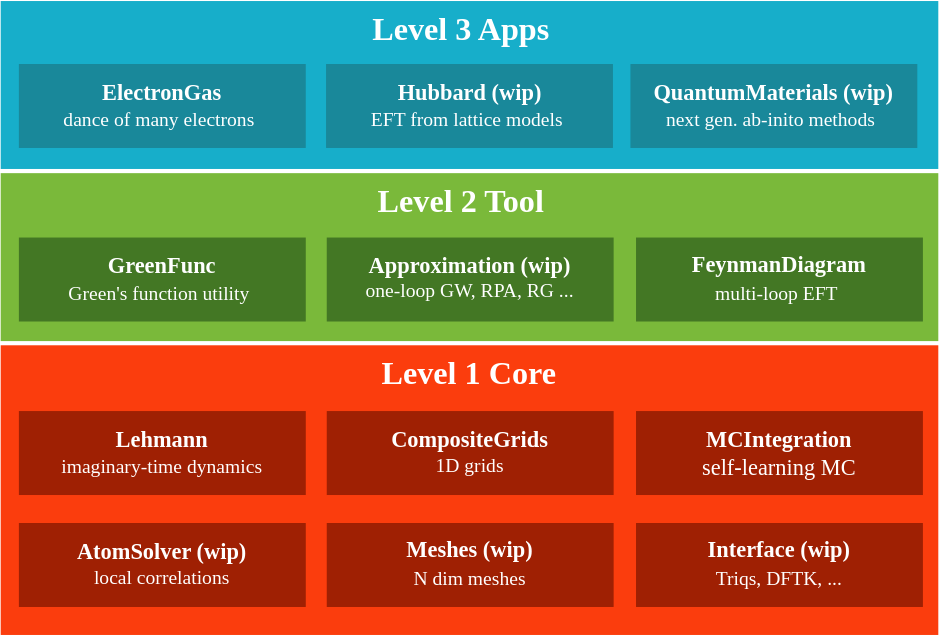
This is docs/src/assets/numericalEFT.svg from numericalEFT/NumericalEFT.jl, a draw.io export, as it was before one commit. Source tidied: cells renumbered, new cells last; positions are measured from the earlier drawing's top-left corner, leaving out a move shared by most shapes.
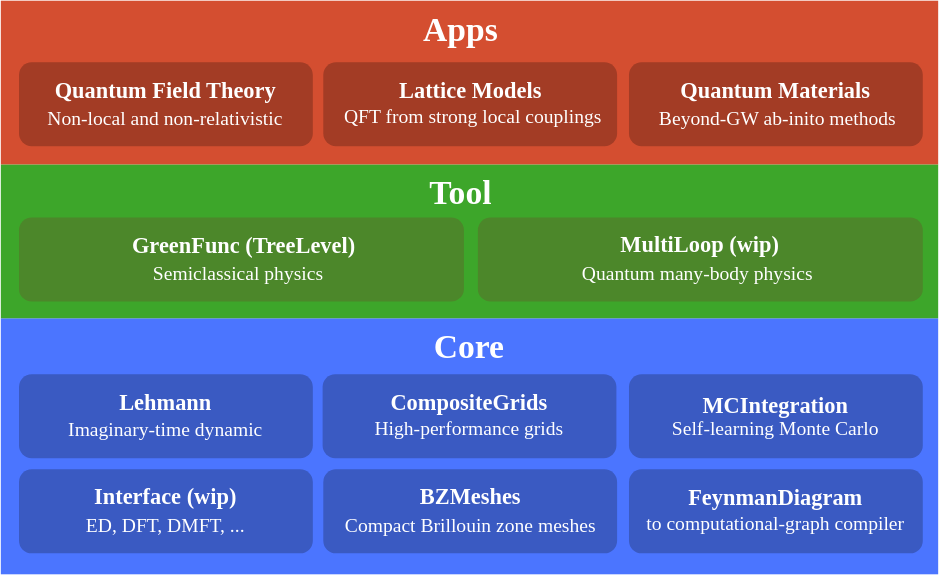
After the commit.

The edit, as a diff of the source:
```diff
@@ -2,50 +2,47 @@
   <root>
     <mxCell id="0" />
     <mxCell id="1" parent="0" />
-    <mxCell id="2" value="&lt;b&gt;&lt;font style=&quot;font-size: 23px&quot; color=&quot;#ffffff&quot;&gt;Level 1 Core&lt;/font&gt;&lt;/b&gt;" style="rounded=0;whiteSpace=wrap;html=1;verticalAlign=top;fontColor=#7EA6E0;fillColor=#FB3D0D;strokeColor=none;fontFamily=Garamond;" parent="1" vertex="1">
-      <mxGeometry y="246" width="670" height="207" as="geometry" />
+    <mxCell id="2" value="&lt;b&gt;&lt;font style=&quot;font-size: 24px&quot; color=&quot;#ffffff&quot; face=&quot;Times New Roman&quot;&gt;Core&lt;/font&gt;&lt;/b&gt;" style="rounded=0;whiteSpace=wrap;html=1;verticalAlign=top;fontColor=#7EA6E0;fillColor=#4B75FF;strokeColor=none;fontFamily=Garamond;shadow=0;" parent="1" vertex="1">
+      <mxGeometry y="253" width="670" height="183" as="geometry" />
     </mxCell>
-    <mxCell id="3" value="&lt;font style=&quot;font-size: 16px&quot;&gt;&lt;b&gt;MCIntegration&lt;/b&gt;&lt;br&gt;self-learning MC&lt;br&gt;&lt;/font&gt;" style="rounded=0;whiteSpace=wrap;html=1;fillColor=#9F2003;strokeColor=none;fontColor=#FFFFFF;fontFamily=Garamond;" parent="1" vertex="1">
-      <mxGeometry x="454" y="293" width="205" height="60" as="geometry" />
+    <mxCell id="3" value="&lt;font&gt;&lt;font face=&quot;Times New Roman&quot;&gt;&lt;b style=&quot;font-size: 16px&quot;&gt;MCIntegration&lt;/b&gt;&lt;br&gt;&lt;font style=&quot;font-size: 14px&quot;&gt;Self-learning Monte Carlo&lt;/font&gt;&lt;/font&gt;&lt;br&gt;&lt;/font&gt;" style="rounded=1;whiteSpace=wrap;html=1;fillColor=#3A5AC2;strokeColor=none;fontColor=#FFFFFF;fontFamily=Garamond;" parent="1" vertex="1">
+      <mxGeometry x="449" y="293" width="210" height="60" as="geometry" />
     </mxCell>
-    <mxCell id="4" value="&lt;p style=&quot;line-height: 150%&quot;&gt;&lt;b&gt;&lt;font style=&quot;font-size: 16px&quot;&gt;Lehmann&lt;br&gt;&lt;/font&gt;&lt;/b&gt;&lt;span style=&quot;font-size: 14px&quot;&gt;imaginary-time dynamics&lt;/span&gt;&lt;b&gt;&lt;font style=&quot;font-size: 16px&quot;&gt;&lt;br&gt;&lt;/font&gt;&lt;/b&gt;&lt;/p&gt;" style="rounded=0;whiteSpace=wrap;html=1;fillColor=#9F2003;strokeColor=none;fontColor=#FFFFFF;fontFamily=Garamond;" parent="1" vertex="1">
-      <mxGeometry x="13" y="293" width="205" height="60" as="geometry" />
+    <mxCell id="4" value="&lt;p style=&quot;line-height: 150%&quot;&gt;&lt;font face=&quot;Times New Roman&quot;&gt;&lt;b&gt;&lt;font style=&quot;font-size: 16px&quot;&gt;Lehmann&lt;br&gt;&lt;/font&gt;&lt;/b&gt;&lt;span style=&quot;font-size: 14px&quot;&gt;Imaginary-time dynamic&lt;/span&gt;&lt;/font&gt;&lt;b&gt;&lt;font style=&quot;font-size: 16px&quot;&gt;&lt;br&gt;&lt;/font&gt;&lt;/b&gt;&lt;/p&gt;" style="rounded=1;whiteSpace=wrap;html=1;fillColor=#3A5AC2;strokeColor=none;fontColor=#FFFFFF;fontFamily=Garamond;" parent="1" vertex="1">
+      <mxGeometry x="13" y="293" width="210" height="60" as="geometry" />
     </mxCell>
-    <mxCell id="5" value="&lt;font style=&quot;line-height: 150%&quot;&gt;&lt;b style=&quot;font-size: 16px&quot;&gt;CompositeGrids&lt;/b&gt;&lt;br&gt;&lt;font style=&quot;font-size: 14px&quot;&gt;1D grids&lt;/font&gt;&lt;br&gt;&lt;/font&gt;" style="rounded=0;whiteSpace=wrap;html=1;fillColor=#9F2003;strokeColor=none;fontColor=#FFFFFF;fontFamily=Garamond;" parent="1" vertex="1">
-      <mxGeometry x="233" y="293" width="205" height="60" as="geometry" />
+    <mxCell id="5" value="&lt;font style=&quot;line-height: 150%&quot;&gt;&lt;font face=&quot;Times New Roman&quot;&gt;&lt;b style=&quot;font-size: 16px&quot;&gt;CompositeGrids&lt;/b&gt;&lt;br&gt;&lt;font style=&quot;font-size: 14px&quot;&gt;High-performance grids&lt;/font&gt;&lt;/font&gt;&lt;br&gt;&lt;/font&gt;" style="rounded=1;whiteSpace=wrap;html=1;fillColor=#3A5AC2;strokeColor=none;fontColor=#FFFFFF;fontFamily=Garamond;" parent="1" vertex="1">
+      <mxGeometry x="230" y="293" width="210" height="60" as="geometry" />
     </mxCell>
-    <mxCell id="6" value="&lt;font style=&quot;line-height: 150%&quot;&gt;&lt;b style=&quot;font-size: 16px&quot;&gt;AtomSolver (wip)&lt;/b&gt;&lt;br&gt;&lt;font style=&quot;font-size: 14px&quot;&gt;local correlations&lt;/font&gt;&lt;br&gt;&lt;/font&gt;" style="rounded=0;whiteSpace=wrap;html=1;fillColor=#9F2003;strokeColor=none;fontColor=#FFFFFF;fontFamily=Garamond;" parent="1" vertex="1">
-      <mxGeometry x="13" y="373" width="205" height="60" as="geometry" />
+    <mxCell id="6" value="&lt;font style=&quot;line-height: 150%&quot;&gt;&lt;font face=&quot;Times New Roman&quot;&gt;&lt;b style=&quot;font-size: 16px&quot;&gt;FeynmanDiagram&lt;/b&gt;&lt;br&gt;&lt;span style=&quot;font-size: 14px&quot;&gt;to computational-graph compiler&lt;/span&gt;&lt;/font&gt;&lt;br&gt;&lt;/font&gt;" style="rounded=1;whiteSpace=wrap;html=1;fillColor=#3A5AC2;strokeColor=none;fontColor=#FFFFFF;fontFamily=Garamond;" parent="1" vertex="1">
+      <mxGeometry x="449" y="361" width="210" height="60" as="geometry" />
     </mxCell>
-    <mxCell id="7" value="&lt;p style=&quot;line-height: 160%&quot;&gt;&lt;b style=&quot;font-size: 16px&quot;&gt;Meshes (wip)&lt;/b&gt;&lt;br&gt;&lt;font style=&quot;font-size: 14px&quot;&gt;N dim meshes&lt;/font&gt;&lt;/p&gt;" style="rounded=0;whiteSpace=wrap;html=1;fillColor=#9F2003;strokeColor=none;fontColor=#FFFFFF;fontFamily=Garamond;" parent="1" vertex="1">
-      <mxGeometry x="233" y="373" width="205" height="60" as="geometry" />
+    <mxCell id="7" value="&lt;p style=&quot;line-height: 160%&quot;&gt;&lt;font face=&quot;Times New Roman&quot;&gt;&lt;b style=&quot;font-size: 16px&quot;&gt;BZMeshes&lt;/b&gt;&lt;br&gt;&lt;span style=&quot;font-size: 14px&quot;&gt;Compact Brillouin zone meshes&lt;/span&gt;&lt;/font&gt;&lt;/p&gt;" style="rounded=1;whiteSpace=wrap;html=1;fillColor=#3A5AC2;strokeColor=none;fontColor=#FFFFFF;fontFamily=Garamond;" parent="1" vertex="1">
+      <mxGeometry x="230.5" y="361" width="210" height="60" as="geometry" />
     </mxCell>
-    <mxCell id="8" value="&lt;b&gt;&lt;font style=&quot;font-size: 23px&quot; color=&quot;#ffffff&quot;&gt;Level 2 Tool&amp;nbsp;&amp;nbsp;&lt;/font&gt;&lt;/b&gt;" style="rounded=0;whiteSpace=wrap;html=1;verticalAlign=top;fontColor=#7EA6E0;fillColor=#7AB93A;strokeColor=none;fontFamily=Garamond;" parent="1" vertex="1">
-      <mxGeometry y="123" width="670" height="120" as="geometry" />
+    <mxCell id="8" value="&lt;font style=&quot;font-size: 24px&quot; color=&quot;#ffffff&quot; face=&quot;Times New Roman&quot;&gt;&lt;b&gt;Tool&amp;nbsp;&amp;nbsp;&lt;/b&gt;&lt;/font&gt;" style="rounded=0;whiteSpace=wrap;html=1;verticalAlign=top;fontColor=#7EA6E0;fillColor=#3DA62A;strokeColor=none;fontFamily=Garamond;shadow=0;glass=0;" parent="1" vertex="1">
+      <mxGeometry y="143" width="670" height="110" as="geometry" />
     </mxCell>
-    <mxCell id="9" value="&lt;font style=&quot;line-height: 150%&quot;&gt;&lt;b style=&quot;font-size: 16px&quot;&gt;GreenFunc&lt;/b&gt;&lt;br&gt;&lt;span style=&quot;font-size: 14px&quot;&gt;Green's function utility&lt;/span&gt;&lt;b style=&quot;font-size: 16px&quot;&gt;&amp;nbsp;&lt;/b&gt;&lt;br&gt;&lt;/font&gt;" style="rounded=0;whiteSpace=wrap;html=1;fillColor=#437724;strokeColor=none;fontColor=#FFFFFF;fontFamily=Garamond;" parent="1" vertex="1">
-      <mxGeometry x="13" y="169" width="205" height="60" as="geometry" />
+    <mxCell id="9" value="&lt;font style=&quot;line-height: 150%&quot;&gt;&lt;font face=&quot;Times New Roman&quot;&gt;&lt;span style=&quot;font-size: 16px&quot;&gt;&lt;b&gt;&amp;nbsp;&lt;/b&gt;&lt;/span&gt;&lt;b style=&quot;font-size: 16px&quot;&gt;GreenFunc (TreeLevel)&lt;/b&gt;&lt;br&gt;&lt;span style=&quot;font-size: 14px&quot;&gt;Semiclassical physics&lt;/span&gt;&lt;b style=&quot;font-size: 16px&quot;&gt;&amp;nbsp;&lt;/b&gt;&lt;/font&gt;&lt;br&gt;&lt;/font&gt;" style="rounded=1;whiteSpace=wrap;html=1;fillColor=#4C872A;strokeColor=none;fontColor=#FFFFFF;fontFamily=Garamond;" parent="1" vertex="1">
+      <mxGeometry x="13" y="181" width="318" height="60" as="geometry" />
     </mxCell>
-    <mxCell id="10" value="&lt;font style=&quot;line-height: 140%&quot;&gt;&lt;span style=&quot;font-size: 16px&quot;&gt;&lt;b&gt;Approximation (wip)&lt;/b&gt;&lt;/span&gt;&lt;br&gt;&lt;font style=&quot;font-size: 14px&quot;&gt;one-loop GW, RPA, RG ...&lt;/font&gt;&lt;br&gt;&lt;/font&gt;" style="rounded=0;whiteSpace=wrap;html=1;fillColor=#437724;strokeColor=none;fontColor=#FFFFFF;fontFamily=Garamond;" parent="1" vertex="1">
-      <mxGeometry x="233" y="169" width="205" height="60" as="geometry" />
-    </mxCell>
-    <mxCell id="11" value="&lt;span style=&quot;font-size: 16px&quot;&gt;&lt;b&gt;FeynmanDiagram&lt;br&gt;&lt;/b&gt;&lt;/span&gt;&lt;span style=&quot;font-size: 14px ; line-height: 150%&quot;&gt;multi-loop EFT&amp;nbsp;&lt;/span&gt;" style="rounded=0;whiteSpace=wrap;html=1;fillColor=#437724;strokeColor=none;fontColor=#FFFFFF;fontFamily=Garamond;" parent="1" vertex="1">
-      <mxGeometry x="454" y="169" width="205" height="60" as="geometry" />
+    <mxCell id="11" value="&lt;font face=&quot;Times New Roman&quot;&gt;&lt;span style=&quot;font-size: 16px&quot;&gt;&lt;b&gt;MultiLoop (wip)&lt;br&gt;&lt;/b&gt;&lt;/span&gt;&lt;span style=&quot;font-size: 14px ; line-height: 150%&quot;&gt;Quantum many-body physics&amp;nbsp;&lt;/span&gt;&lt;/font&gt;" style="rounded=1;whiteSpace=wrap;html=1;fillColor=#4C872A;strokeColor=none;fontColor=#FFFFFF;fontFamily=Garamond;glass=0;" parent="1" vertex="1">
+      <mxGeometry x="341" y="181" width="318" height="60" as="geometry" />
     </mxCell>
-    <mxCell id="12" value="&lt;b&gt;&lt;font style=&quot;font-size: 23px&quot; color=&quot;#ffffff&quot;&gt;Level 3 Apps&amp;nbsp;&amp;nbsp;&lt;/font&gt;&lt;/b&gt;" style="rounded=0;whiteSpace=wrap;html=1;verticalAlign=top;fontColor=#7EA6E0;fillColor=#17AECA;strokeColor=none;fontFamily=Garamond;" parent="1" vertex="1">
-      <mxGeometry width="670" height="120" as="geometry" />
+    <mxCell id="12" value="&lt;b&gt;&lt;font style=&quot;font-size: 24px&quot; color=&quot;#ffffff&quot; face=&quot;Times New Roman&quot;&gt;Apps&amp;nbsp;&amp;nbsp;&lt;/font&gt;&lt;/b&gt;" style="rounded=0;whiteSpace=wrap;html=1;verticalAlign=top;fontColor=#7EA6E0;fillColor=#D44E30;strokeColor=none;fontFamily=Garamond;shadow=0;" parent="1" vertex="1">
+      <mxGeometry y="26" width="670" height="117" as="geometry" />
     </mxCell>
-    <mxCell id="13" value="&lt;font style=&quot;line-height: 150%&quot;&gt;&lt;span style=&quot;font-size: 16px&quot;&gt;&lt;b&gt;ElectronGas&lt;/b&gt;&lt;/span&gt;&lt;br&gt;&lt;span style=&quot;font-size: 14px&quot;&gt;dance of many electrons&lt;/span&gt;&lt;b style=&quot;font-size: 16px&quot;&gt;&amp;nbsp;&lt;/b&gt;&lt;br&gt;&lt;/font&gt;" style="rounded=0;whiteSpace=wrap;html=1;fillColor=#19889A;strokeColor=none;fontColor=#FFFFFF;fontFamily=Garamond;" parent="1" vertex="1">
-      <mxGeometry x="13" y="45" width="205" height="60" as="geometry" />
+    <mxCell id="13" value="&lt;font style=&quot;line-height: 150%&quot;&gt;&lt;font face=&quot;Times New Roman&quot;&gt;&lt;span style=&quot;font-size: 16px&quot;&gt;&lt;b&gt;Quantum Field Theory&lt;/b&gt;&lt;/span&gt;&lt;br&gt;&lt;span style=&quot;font-size: 14px&quot;&gt;&amp;nbsp; Non-local and non-relativistic&amp;nbsp;&lt;/span&gt;&lt;b style=&quot;font-size: 16px&quot;&gt;&amp;nbsp;&lt;/b&gt;&lt;/font&gt;&lt;br&gt;&lt;/font&gt;" style="rounded=1;whiteSpace=wrap;html=1;fillColor=#A33C25;strokeColor=none;fontColor=#FFFFFF;fontFamily=Garamond;" parent="1" vertex="1">
+      <mxGeometry x="13" y="70" width="210" height="60" as="geometry" />
     </mxCell>
-    <mxCell id="14" value="&lt;font style=&quot;line-height: 150%&quot;&gt;&lt;span style=&quot;font-size: 16px&quot;&gt;&lt;b&gt;Hubbard (wip)&lt;/b&gt;&lt;/span&gt;&lt;br&gt;&lt;span style=&quot;font-size: 14px&quot;&gt;EFT from lattice models&lt;/span&gt;&lt;b style=&quot;font-size: 16px&quot;&gt;&amp;nbsp;&lt;/b&gt;&lt;br&gt;&lt;/font&gt;" style="rounded=0;whiteSpace=wrap;html=1;fillColor=#19889A;strokeColor=none;fontColor=#FFFFFF;fontFamily=Garamond;" parent="1" vertex="1">
-      <mxGeometry x="232.5" y="45" width="205" height="60" as="geometry" />
+    <mxCell id="14" value="&lt;font style=&quot;line-height: 150%&quot;&gt;&lt;font face=&quot;Times New Roman&quot;&gt;&lt;span style=&quot;font-size: 16px&quot;&gt;&lt;b&gt;Lattice Models&lt;br&gt;&lt;/b&gt;&lt;/span&gt;&lt;span style=&quot;font-size: 14px&quot;&gt;&amp;nbsp;QFT from strong local couplings&lt;/span&gt;&lt;/font&gt;&lt;br&gt;&lt;/font&gt;" style="rounded=1;whiteSpace=wrap;html=1;fillColor=#A33C25;strokeColor=none;fontColor=#FFFFFF;fontFamily=Garamond;" parent="1" vertex="1">
+      <mxGeometry x="230.5" y="70" width="210" height="60" as="geometry" />
     </mxCell>
-    <mxCell id="15" value="&lt;font style=&quot;line-height: 150%&quot;&gt;&lt;b style=&quot;font-size: 16px&quot;&gt;QuantumMaterials (wip)&lt;/b&gt;&lt;br&gt;&lt;span style=&quot;font-size: 14px&quot;&gt;next gen. ab-inito methods&lt;/span&gt;&lt;b style=&quot;font-size: 16px&quot;&gt;&amp;nbsp;&lt;/b&gt;&lt;br&gt;&lt;/font&gt;" style="rounded=0;whiteSpace=wrap;html=1;fillColor=#19889A;strokeColor=none;fontColor=#FFFFFF;fontFamily=Garamond;" parent="1" vertex="1">
-      <mxGeometry x="450" y="45" width="205" height="60" as="geometry" />
+    <mxCell id="15" value="&lt;font style=&quot;line-height: 150%&quot;&gt;&lt;font face=&quot;Times New Roman&quot;&gt;&lt;b style=&quot;font-size: 16px&quot;&gt;Quantum Materials&lt;/b&gt;&lt;br&gt;&lt;span style=&quot;font-size: 14px&quot;&gt;&amp;nbsp; Beyond-GW ab-inito methods&lt;/span&gt;&lt;b style=&quot;font-size: 16px&quot;&gt;&amp;nbsp;&lt;/b&gt;&lt;/font&gt;&lt;br&gt;&lt;/font&gt;" style="rounded=1;whiteSpace=wrap;html=1;fillColor=#A33C25;strokeColor=none;fontColor=#FFFFFF;fontFamily=Garamond;" parent="1" vertex="1">
+      <mxGeometry x="449" y="70" width="210" height="60" as="geometry" />
     </mxCell>
-    <mxCell id="16" value="&lt;p style=&quot;line-height: 160%&quot;&gt;&lt;span style=&quot;font-size: 16px&quot;&gt;&lt;b&gt;Interface (wip)&lt;/b&gt;&lt;/span&gt;&lt;br&gt;&lt;span style=&quot;font-size: 14px&quot;&gt;Triqs, DFTK, ...&lt;/span&gt;&lt;/p&gt;" style="rounded=0;whiteSpace=wrap;html=1;fillColor=#9F2003;strokeColor=none;fontColor=#FFFFFF;fontFamily=Garamond;" parent="1" vertex="1">
-      <mxGeometry x="454" y="373" width="205" height="60" as="geometry" />
+    <mxCell id="16" value="&lt;p style=&quot;line-height: 160%&quot;&gt;&lt;font face=&quot;Times New Roman&quot;&gt;&lt;span style=&quot;font-size: 16px&quot;&gt;&lt;b&gt;Interface (wip)&lt;/b&gt;&lt;/span&gt;&lt;br&gt;&lt;span style=&quot;font-size: 14px&quot;&gt;ED, DFT, DMFT, ...&lt;/span&gt;&lt;/font&gt;&lt;/p&gt;" style="rounded=1;whiteSpace=wrap;html=1;fillColor=#3A5AC2;strokeColor=none;fontColor=#FFFFFF;fontFamily=Garamond;" parent="1" vertex="1">
+      <mxGeometry x="13" y="361" width="210" height="60" as="geometry" />
     </mxCell>
   </root>
 </mxGraphModel>
```
